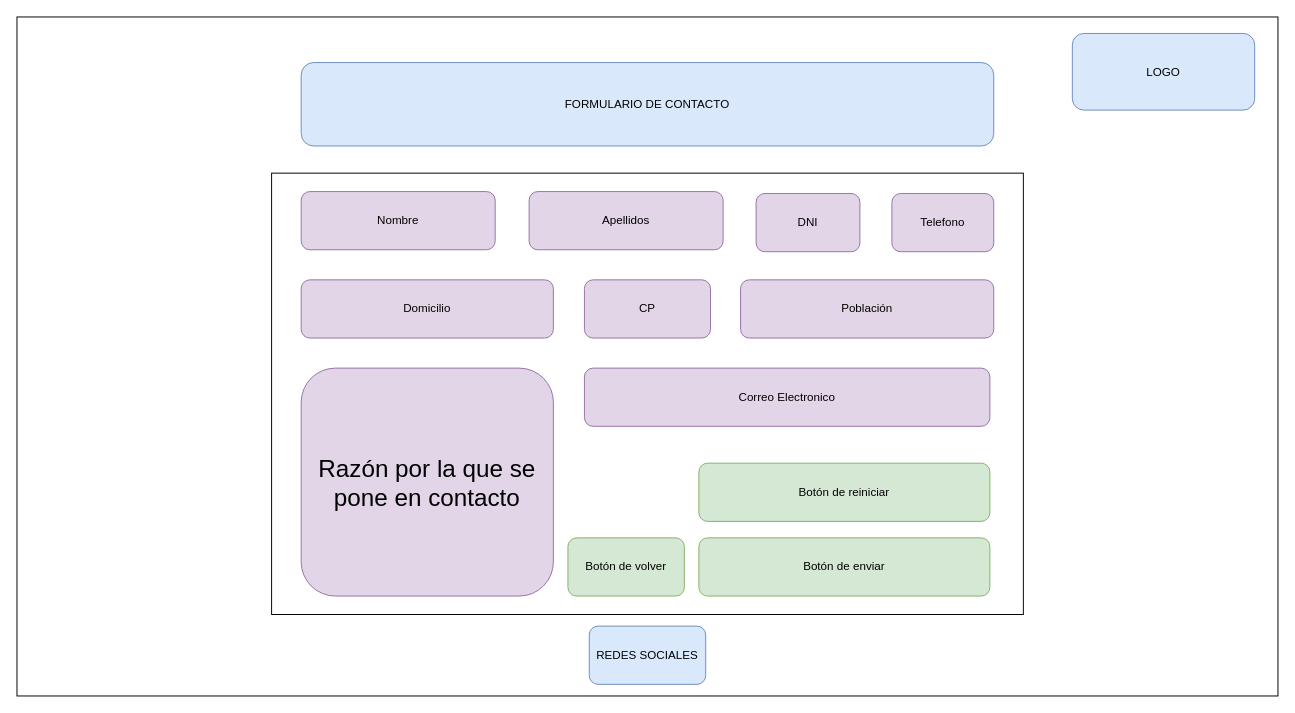
Earlier version of the draw.io diagram page "Página de contacto" (3 of 3) of T1/Domo Systems co/Wireframe.drawio (ViceentBertet/DAW2). Source tidied: cells renumbered, new cells numbered last; positions are measured from the earlier drawing's top-left corner, leaving out a move shared by most shapes. Both pictures are drawn from the tidied source at 97%, with x=0, y=0 at pixel (16, 16).
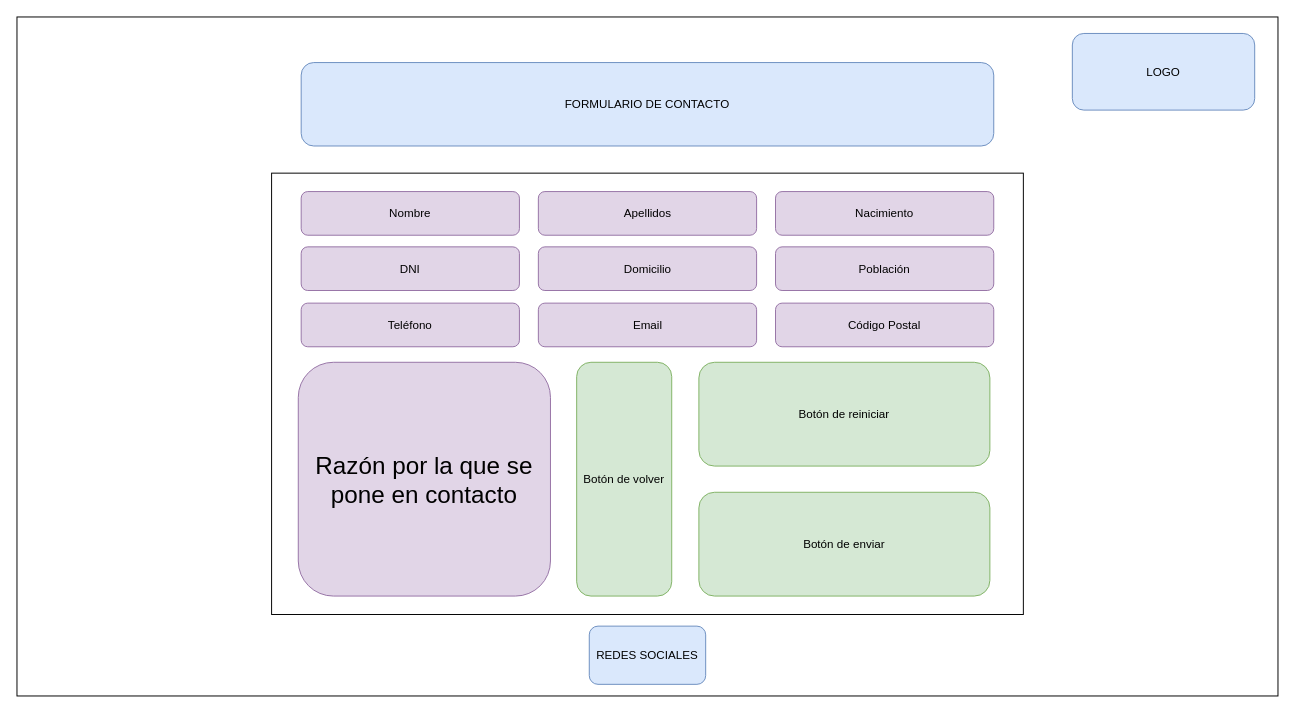
Above is the later version.

The edit, as a diff of the source:
```diff
@@
 <mxGraphModel>
   <root>
     <mxCell id="0" />
     <mxCell id="1" parent="0" />
     <mxCell id="2" style="rounded=0;whiteSpace=wrap;html=1;" parent="1" vertex="1">
       <mxGeometry width="1300" height="700" as="geometry" />
     </mxCell>
     <mxCell id="3" style="rounded=0;whiteSpace=wrap;html=1;" parent="1" vertex="1">
       <mxGeometry x="262.5" y="161" width="775" height="455" as="geometry" />
     </mxCell>
     <mxCell id="4" value="FORMULARIO DE CONTACTO" style="rounded=1;whiteSpace=wrap;html=1;fillColor=#dae8fc;strokeColor=#6c8ebf;" parent="1" vertex="1">
       <mxGeometry x="293" y="47" width="714" height="86" as="geometry" />
     </mxCell>
     <mxCell id="5" value="Nombre" style="rounded=1;whiteSpace=wrap;html=1;fillColor=#e1d5e7;strokeColor=#9673a6;" parent="1" vertex="1">
-      <mxGeometry x="293" y="180" width="200" height="60" as="geometry" />
+      <mxGeometry x="293" y="180" width="225" height="45" as="geometry" />
     </mxCell>
-    <mxCell id="6" value="Apellidos" style="rounded=1;whiteSpace=wrap;html=1;fillColor=#e1d5e7;strokeColor=#9673a6;" parent="1" vertex="1">
-      <mxGeometry x="528" y="180" width="200" height="60" as="geometry" />
-    </mxCell>
-    <mxCell id="7" value="Domicilio" style="rounded=1;whiteSpace=wrap;html=1;fillColor=#e1d5e7;strokeColor=#9673a6;" parent="1" vertex="1">
-      <mxGeometry x="293" y="271" width="260" height="60" as="geometry" />
-    </mxCell>
-    <mxCell id="8" value="Población" style="rounded=1;whiteSpace=wrap;html=1;fillColor=#e1d5e7;strokeColor=#9673a6;" parent="1" vertex="1">
-      <mxGeometry x="746" y="271" width="261" height="60" as="geometry" />
-    </mxCell>
-    <mxCell id="9" value="CP" style="rounded=1;whiteSpace=wrap;html=1;fillColor=#e1d5e7;strokeColor=#9673a6;" parent="1" vertex="1">
-      <mxGeometry x="585" y="271" width="130" height="60" as="geometry" />
-    </mxCell>
-    <mxCell id="10" value="DNI" style="rounded=1;whiteSpace=wrap;html=1;fillColor=#e1d5e7;strokeColor=#9673a6;" parent="1" vertex="1">
-      <mxGeometry x="762" y="182" width="107" height="60" as="geometry" />
-    </mxCell>
-    <mxCell id="11" value="Telefono" style="rounded=1;whiteSpace=wrap;html=1;fillColor=#e1d5e7;strokeColor=#9673a6;" parent="1" vertex="1">
-      <mxGeometry x="902" y="182" width="105" height="60" as="geometry" />
-    </mxCell>
     <mxCell id="12" value="Razón por la que se pone en contacto" style="rounded=1;whiteSpace=wrap;html=1;fontSize=25;fillColor=#e1d5e7;strokeColor=#9673a6;" parent="1" vertex="1">
-      <mxGeometry x="293" y="362" width="260" height="235" as="geometry" />
+      <mxGeometry x="290" y="356" width="260" height="241" as="geometry" />
     </mxCell>
-    <mxCell id="13" value="Correo Electronico" style="rounded=1;whiteSpace=wrap;html=1;fillColor=#e1d5e7;strokeColor=#9673a6;" parent="1" vertex="1">
-      <mxGeometry x="585" y="362" width="418" height="60" as="geometry" />
-    </mxCell>
-    <mxCell id="14" value="Botón de enviar" style="rounded=1;whiteSpace=wrap;html=1;fillColor=#d5e8d4;strokeColor=#82b366;" parent="1" vertex="1">
-      <mxGeometry x="703" y="537" width="300" height="60" as="geometry" />
-    </mxCell>
     <mxCell id="15" value="Botón de reiniciar" style="rounded=1;whiteSpace=wrap;html=1;fillColor=#d5e8d4;strokeColor=#82b366;" parent="1" vertex="1">
-      <mxGeometry x="703" y="460" width="300" height="60" as="geometry" />
+      <mxGeometry x="703" y="356" width="300" height="107" as="geometry" />
     </mxCell>
     <mxCell id="16" value="Botón de volver" style="rounded=1;whiteSpace=wrap;html=1;fillColor=#d5e8d4;strokeColor=#82b366;" parent="1" vertex="1">
-      <mxGeometry x="568" y="537" width="120" height="60" as="geometry" />
+      <mxGeometry x="577" y="356" width="98" height="241" as="geometry" />
     </mxCell>
     <mxCell id="17" value="LOGO" style="rounded=1;whiteSpace=wrap;html=1;fillColor=#dae8fc;strokeColor=#6c8ebf;" parent="1" vertex="1">
       <mxGeometry x="1088" y="17" width="188" height="79" as="geometry" />
     </mxCell>
     <mxCell id="18" value="&lt;div&gt;REDES SOCIALES&lt;/div&gt;" style="rounded=1;whiteSpace=wrap;html=1;fillColor=#dae8fc;strokeColor=#6c8ebf;" parent="1" vertex="1">
       <mxGeometry x="590" y="628" width="120" height="60" as="geometry" />
     </mxCell>
+    <mxCell id="14" value="Botón de enviar" style="rounded=1;whiteSpace=wrap;html=1;fillColor=#d5e8d4;strokeColor=#82b366;" parent="1" vertex="1">
+      <mxGeometry x="703" y="490" width="300" height="107" as="geometry" />
+    </mxCell>
+    <mxCell id="6" value="Apellidos" style="rounded=1;whiteSpace=wrap;html=1;fillColor=#e1d5e7;strokeColor=#9673a6;" parent="1" vertex="1">
+      <mxGeometry x="537.5" y="180" width="225" height="45" as="geometry" />
+    </mxCell>
+    <mxCell id="19" value="Nacimiento" style="rounded=1;whiteSpace=wrap;html=1;fillColor=#e1d5e7;strokeColor=#9673a6;" parent="1" vertex="1">
+      <mxGeometry x="782" y="180" width="225" height="45" as="geometry" />
+    </mxCell>
+    <mxCell id="10" value="DNI" style="rounded=1;whiteSpace=wrap;html=1;fillColor=#e1d5e7;strokeColor=#9673a6;" parent="1" vertex="1">
+      <mxGeometry x="293" y="237" width="225" height="45" as="geometry" />
+    </mxCell>
+    <mxCell id="7" value="Domicilio" style="rounded=1;whiteSpace=wrap;html=1;fillColor=#e1d5e7;strokeColor=#9673a6;" parent="1" vertex="1">
+      <mxGeometry x="537.5" y="237" width="225" height="45" as="geometry" />
+    </mxCell>
+    <mxCell id="8" value="Población" style="rounded=1;whiteSpace=wrap;html=1;fillColor=#e1d5e7;strokeColor=#9673a6;" parent="1" vertex="1">
+      <mxGeometry x="782" y="237" width="225" height="45" as="geometry" />
+    </mxCell>
+    <mxCell id="20" value="Teléfono" style="rounded=1;whiteSpace=wrap;html=1;fillColor=#e1d5e7;strokeColor=#9673a6;" parent="1" vertex="1">
+      <mxGeometry x="293" y="295" width="225" height="45" as="geometry" />
+    </mxCell>
+    <mxCell id="21" value="Email" style="rounded=1;whiteSpace=wrap;html=1;fillColor=#e1d5e7;strokeColor=#9673a6;" parent="1" vertex="1">
+      <mxGeometry x="537.5" y="295" width="225" height="45" as="geometry" />
+    </mxCell>
+    <mxCell id="22" value="Código Postal" style="rounded=1;whiteSpace=wrap;html=1;fillColor=#e1d5e7;strokeColor=#9673a6;" parent="1" vertex="1">
+      <mxGeometry x="782" y="295" width="225" height="45" as="geometry" />
+    </mxCell>
   </root>
 </mxGraphModel>
```
